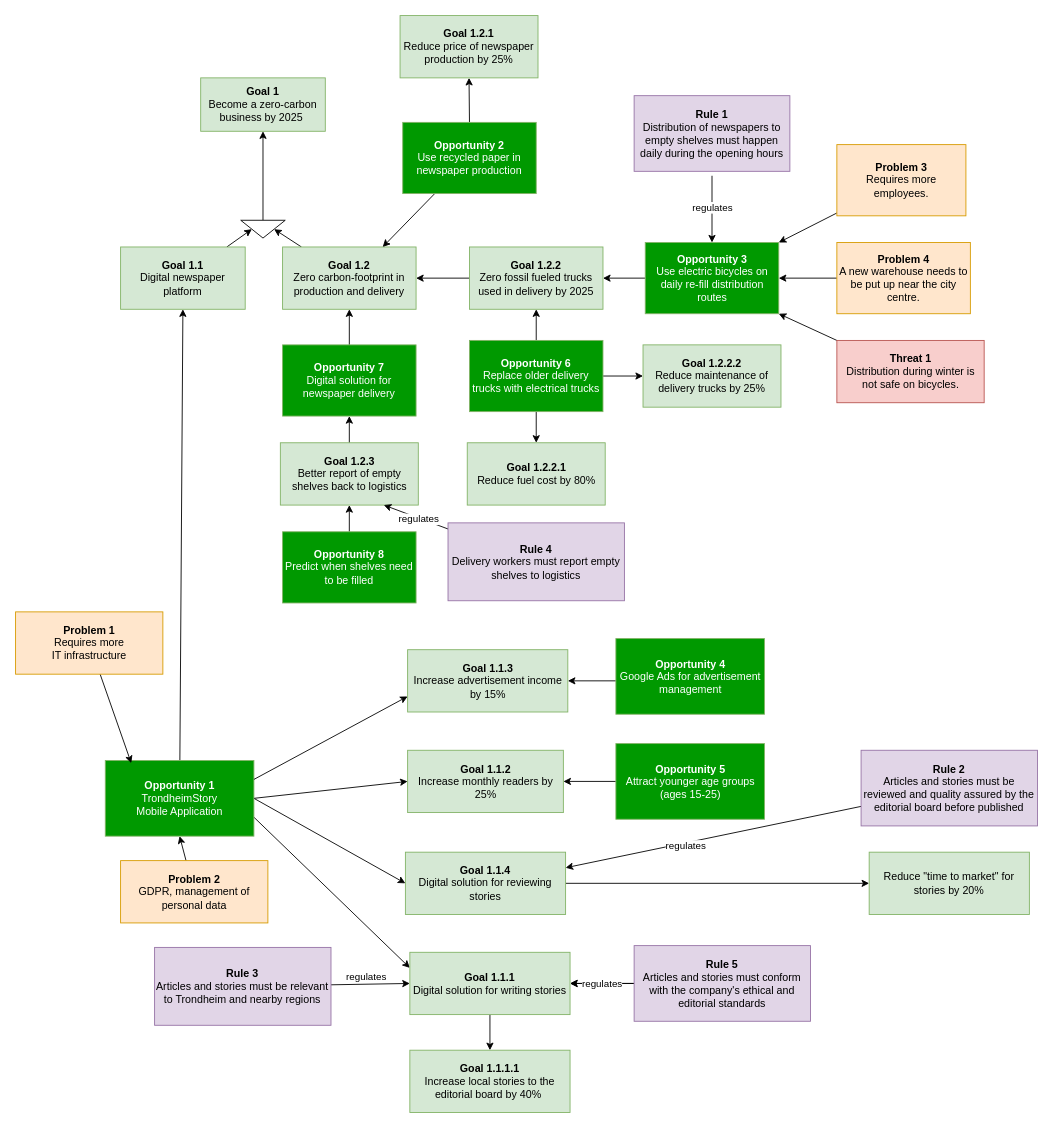
gullskatten/TS-models-4em-archi keeps this draw.io diagram as TS_4EM.drawio. Above is the earlier version. Source tidied: cells renumbered, new cells numbered last; positions are measured from the earlier drawing's top-left corner, leaving out a move shared by most shapes. Both pictures are drawn from the tidied source at 89%, with x=0, y=0 at pixel (15, 15).
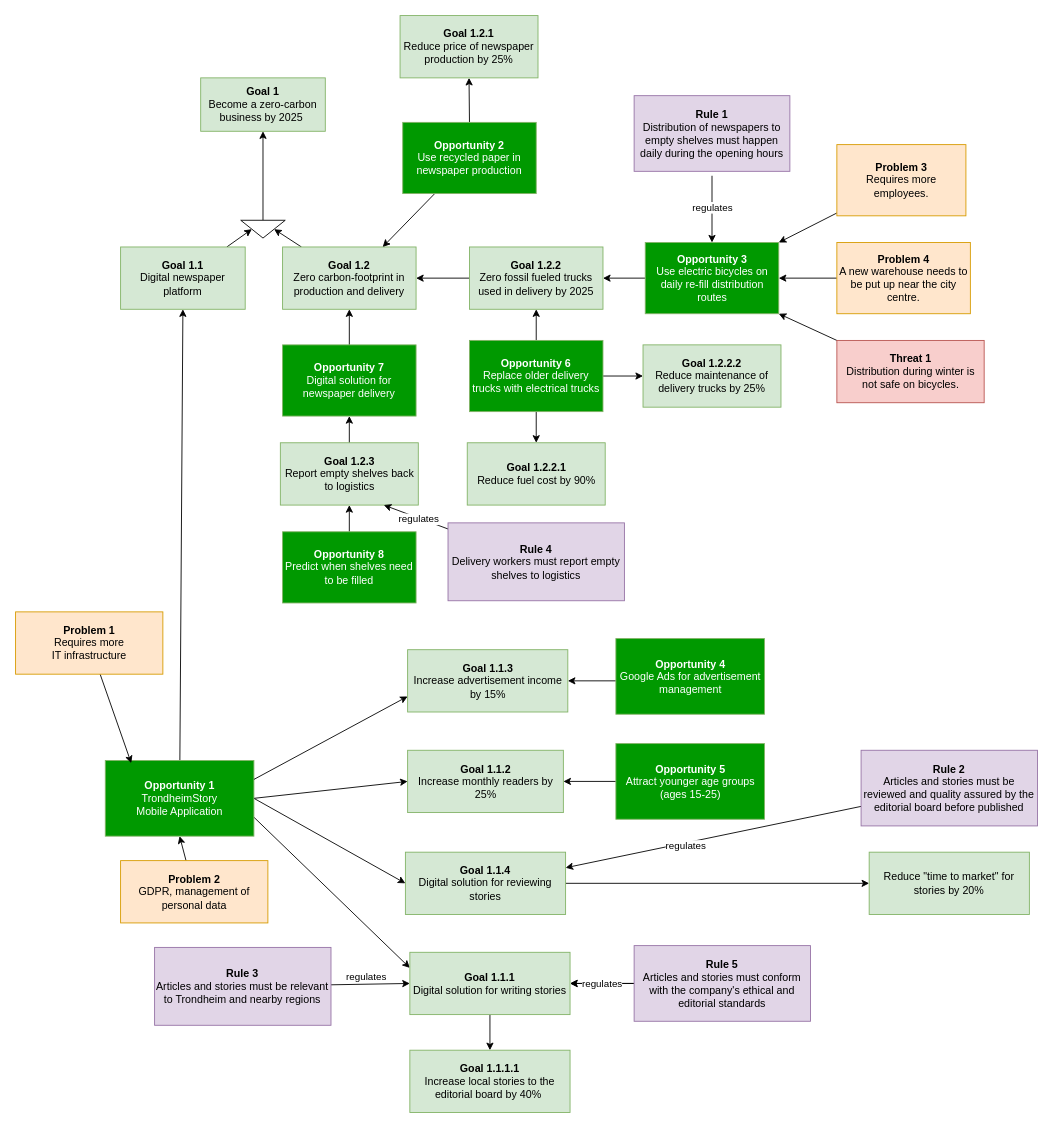
The same page after the edit.

What changed in the source:
```diff
@@
-    <mxCell id="52" value="&lt;b&gt;Goal 1.2.2.1&lt;/b&gt;&lt;br&gt;Reduce fuel cost by 80%" style="rounded=0;whiteSpace=wrap;html=1;fillColor=#d5e8d4;strokeColor=#82b366;" parent="1" vertex="1">
+    <mxCell id="52" value="&lt;b&gt;Goal 1.2.2.1&lt;/b&gt;&lt;br&gt;Reduce fuel cost by 90%" style="rounded=0;whiteSpace=wrap;html=1;fillColor=#d5e8d4;strokeColor=#82b366;" parent="1" vertex="1">
       <mxGeometry x="507.5" y="480" width="155" height="70" as="geometry" />
     </mxCell>
@@
-    <mxCell id="58" value="&lt;b&gt;Goal 1.2.3&lt;/b&gt;&lt;br&gt;Better report of empty shelves back to logistics" style="rounded=0;whiteSpace=wrap;html=1;fillColor=#d5e8d4;strokeColor=#82b366;" parent="1" vertex="1">
+    <mxCell id="58" value="&lt;b&gt;Goal 1.2.3&lt;/b&gt;&lt;br&gt;Report empty shelves back to logistics" style="rounded=0;whiteSpace=wrap;html=1;fillColor=#d5e8d4;strokeColor=#82b366;" parent="1" vertex="1">
       <mxGeometry x="297.5" y="480" width="155" height="70" as="geometry" />
     </mxCell>
```
